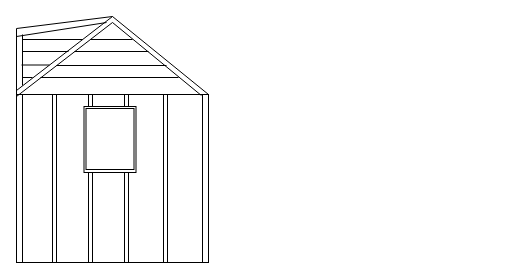
Earlier version of the draw.io diagram etc/build/Billings Elevation Width.drawio (dpolaristar/drawio). Source tidied: cells renumbered, new cells numbered last; positions are measured from the earlier drawing's top-left corner, leaving out a move shared by most shapes. Both pictures are drawn from the tidied source at 100%, with x=0, y=0 at pixel (11, 16).
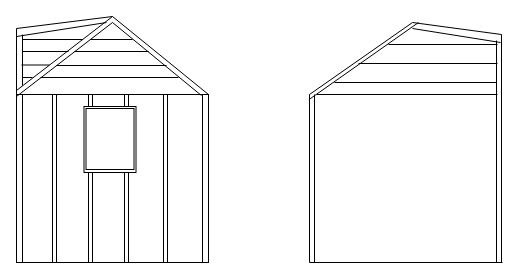
After the change.

The edit, as a diff of the source:
```diff
@@
+    <mxCell id="27" style="line;strokeWidth=1;direction=south;html=1;" parent="1" vertex="1">
+      <mxGeometry x="293" y="78" width="10" height="168" as="geometry" />
+    </mxCell>
+    <mxCell id="28" style="line;strokeWidth=1;direction=south;html=1;" parent="1" vertex="1">
+      <mxGeometry x="485" y="18" width="10" height="228" as="geometry" />
+    </mxCell>
+    <mxCell id="29" style="line;strokeWidth=1;html=1;" parent="1" vertex="1">
+      <mxGeometry x="298" y="241" width="193" height="10" as="geometry" />
+    </mxCell>
+    <mxCell id="30" style="endArrow=none;html=1;exitX=0;exitY=0.5;exitDx=0;exitDy=0;exitPerimeter=0;" parent="1" edge="1" source="27">
+      <mxGeometry relative="1" as="geometry">
+        <mxPoint x="401" y="6" as="targetPoint" />
+      </mxGeometry>
+    </mxCell>
+    <mxCell id="31" style="endArrow=none;html=1;entryX=0;entryY=0.5;entryDx=0;entryDy=0;entryPerimeter=0;" parent="1" edge="1" target="28">
+      <mxGeometry relative="1" as="geometry">
+        <mxPoint x="401" y="6" as="sourcePoint" />
+      </mxGeometry>
+    </mxCell>
+    <mxCell id="32" style="endArrow=none;html=1;exitX=0.031;exitY=0.571;exitDx=0;exitDy=0;exitPerimeter=0;" parent="1" edge="1" source="27">
+      <mxGeometry relative="1" as="geometry">
+        <mxPoint x="407" y="6" as="targetPoint" />
+      </mxGeometry>
+    </mxCell>
+    <mxCell id="33" style="endArrow=none;html=1;" parent="1" edge="1">
+      <mxGeometry relative="1" as="geometry">
+        <mxPoint x="489" y="26" as="sourcePoint" />
+        <mxPoint x="401" y="12" as="targetPoint" />
+      </mxGeometry>
+    </mxCell>
+    <mxCell id="34" style="line;strokeWidth=1;direction=south;html=1;" parent="1" vertex="1">
+      <mxGeometry x="480" y="24" width="10" height="222" as="geometry" />
+    </mxCell>
+    <mxCell id="35" style="line;strokeWidth=1;direction=south;html=1;" parent="1" vertex="1">
+      <mxGeometry x="298" y="78" width="10" height="168" as="geometry" />
+    </mxCell>
+    <mxCell id="36" style="line;strokeWidth=1;html=1;" parent="1" vertex="1">
+      <mxGeometry x="305" y="73" width="181" height="10" as="geometry" />
+    </mxCell>
+    <mxCell id="37" style="line;strokeWidth=1;html=1;" parent="1" vertex="1">
+      <mxGeometry x="323" y="61" width="162" height="10" as="geometry" />
+    </mxCell>
+    <mxCell id="38" style="line;strokeWidth=1;html=1;" parent="1" vertex="1">
+      <mxGeometry x="347" y="42" width="139" height="10" as="geometry" />
+    </mxCell>
+    <mxCell id="39" style="line;strokeWidth=1;html=1;" parent="1" vertex="1">
+      <mxGeometry x="377" y="23" width="109" height="10" as="geometry" />
+    </mxCell>
```
